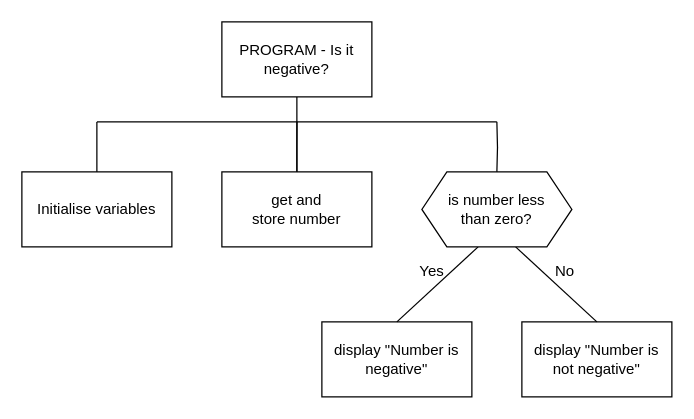
The draw.io diagram n5-cs/sdd/N5-SDD-Negative/assets/N5 SDD Negative.drawio in MrFriendCS/MrFriendCS.github.io, before the edit. Source tidied: cells renumbered, new cells numbered last; positions are measured from the earlier drawing's top-left corner, leaving out a move shared by most shapes. Both pictures are drawn from the tidied source at 125%, with x=0, y=0 at pixel (21, 21).
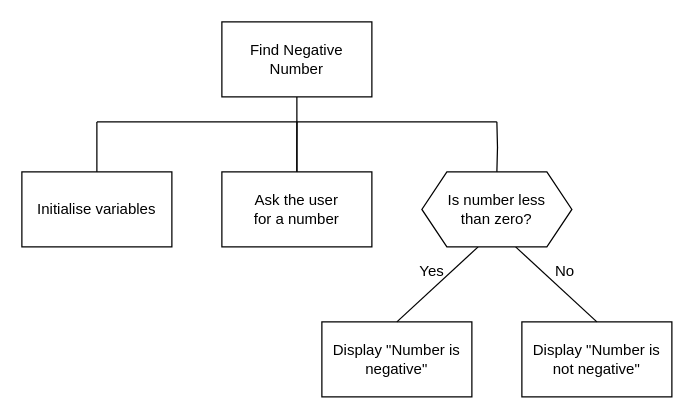
The same page after the edit.

Change to the diagram source:
```diff
@@
-    <mxCell id="3" value="PROGRAM - Is it negative?" style="rounded=0;whiteSpace=wrap;html=1;fontFamily=Helvetica;fontSize=12;" parent="1" vertex="1">
+    <mxCell id="3" value="Find Negative Number" style="rounded=0;whiteSpace=wrap;html=1;fontFamily=Helvetica;fontSize=12;" parent="1" vertex="1">
       <mxGeometry x="160" width="120" height="60" as="geometry" />
     </mxCell>
@@
-    <mxCell id="5" value="get and&lt;div&gt;store number&lt;/div&gt;" style="rounded=0;whiteSpace=wrap;html=1;fontFamily=Helvetica;fontSize=12;" parent="1" vertex="1">
+    <mxCell id="5" value="Ask the user&lt;div&gt;for a number&lt;/div&gt;" style="rounded=0;whiteSpace=wrap;html=1;fontFamily=Helvetica;fontSize=12;" parent="1" vertex="1">
       <mxGeometry x="160" y="120" width="120" height="60" as="geometry" />
     </mxCell>
@@
-    <mxCell id="7" value="display &quot;Number is negative&quot;" style="rounded=0;whiteSpace=wrap;html=1;fontFamily=Helvetica;fontSize=12;" parent="1" vertex="1">
+    <mxCell id="7" value="Display &quot;Number is negative&quot;" style="rounded=0;whiteSpace=wrap;html=1;fontFamily=Helvetica;fontSize=12;" parent="1" vertex="1">
       <mxGeometry x="240" y="240" width="120" height="60" as="geometry" />
     </mxCell>
-    <mxCell id="8" value="display &quot;Number is not negative&quot;" style="rounded=0;whiteSpace=wrap;html=1;fontFamily=Helvetica;fontSize=12;" parent="1" vertex="1">
+    <mxCell id="8" value="Display &quot;Number is not negative&quot;" style="rounded=0;whiteSpace=wrap;html=1;fontFamily=Helvetica;fontSize=12;" parent="1" vertex="1">
       <mxGeometry x="400" y="240" width="120" height="60" as="geometry" />
     </mxCell>
@@
-    <mxCell id="16" value="is number less&lt;div style=&quot;font-size: 12px;&quot;&gt;than zero?&lt;/div&gt;" style="shape=hexagon;perimeter=hexagonPerimeter2;whiteSpace=wrap;html=1;fixedSize=1;fontFamily=Helvetica;fontSize=12;" parent="1" vertex="1">
+    <mxCell id="16" value="Is number less&lt;div style=&quot;font-size: 12px;&quot;&gt;than zero?&lt;/div&gt;" style="shape=hexagon;perimeter=hexagonPerimeter2;whiteSpace=wrap;html=1;fixedSize=1;fontFamily=Helvetica;fontSize=12;size=20;" parent="1" vertex="1">
       <mxGeometry x="320" y="120" width="120" height="60" as="geometry" />
     </mxCell>
```
